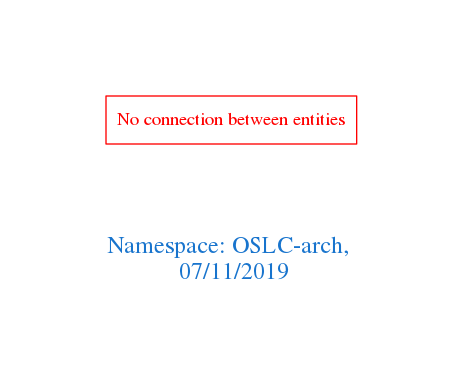
arago/OGIT keeps this Graphviz diagram as downloads/OSLC-arch.png. Above is the earlier version. Its source is kept beside it as downloads/OSLC-arch.dot.
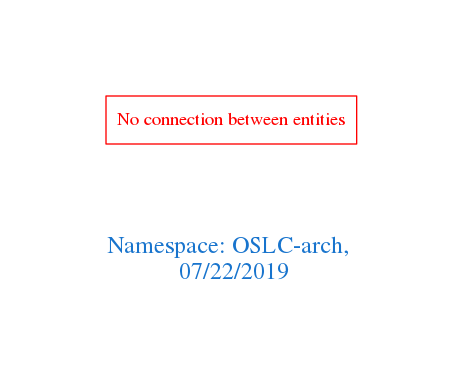
Later version of the same file.

Diff of the diagram source:
```diff
@@ -1,7 +1,7 @@
 digraph OGIT_ontology {
  graph [ rankdir= LR,pad=1
 fontsize = 18,
-fontcolor= dodgerblue3,label = "\n\n\nNamespace: OSLC-arch, \n 07/11/2019"];
+fontcolor= dodgerblue3,label = "\n\n\nNamespace: OSLC-arch, \n 07/22/2019"];
 node[shape=polygon];
 edge [  color="gray81"];
 
```
